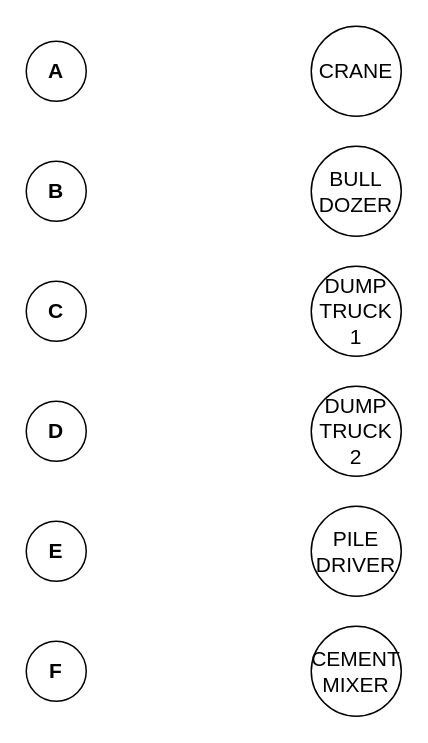
The draw.io diagram HW2_2.drawio in edwardayala/Diagrams, before the edit. Source tidied: cells renumbered, new cells numbered last; positions are measured from the earlier drawing's top-left corner, leaving out a move shared by most shapes. Both pictures are drawn from the tidied source at 150%, with x=0, y=0 at pixel (26, 26).
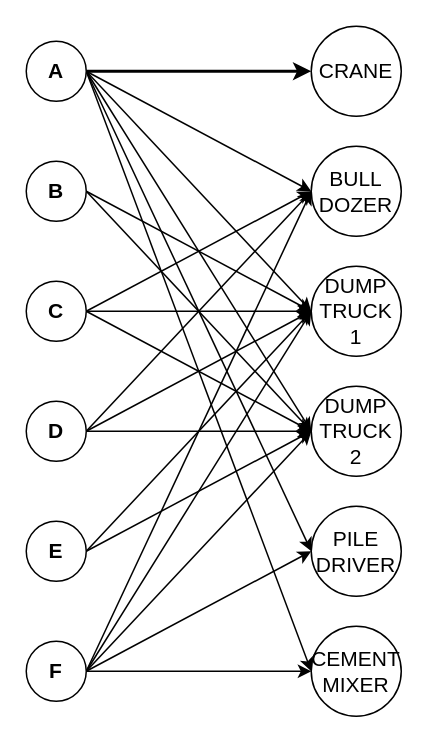
The same page after the edit.

Unchanged cells that the change refers to:
```xml
<mxCell id="2" value="&lt;b&gt;&lt;font style=&quot;font-size: 14px&quot;&gt;A&lt;/font&gt;&lt;/b&gt;" style="ellipse;whiteSpace=wrap;html=1;" parent="1" vertex="1">
  <mxGeometry y="10" width="40" height="40" as="geometry" />
</mxCell>
<mxCell id="3" value="&lt;b style=&quot;white-space: normal&quot;&gt;&lt;font style=&quot;font-size: 14px&quot;&gt;B&lt;/font&gt;&lt;/b&gt;" style="ellipse;whiteSpace=wrap;html=1;" parent="1" vertex="1">
  <mxGeometry y="90" width="40" height="40" as="geometry" />
</mxCell>
<mxCell id="4" value="&lt;b style=&quot;white-space: normal&quot;&gt;&lt;font style=&quot;font-size: 14px&quot;&gt;C&lt;/font&gt;&lt;/b&gt;" style="ellipse;whiteSpace=wrap;html=1;" parent="1" vertex="1">
  <mxGeometry y="170" width="40" height="40" as="geometry" />
</mxCell>
<mxCell id="5" value="&lt;b style=&quot;white-space: normal&quot;&gt;&lt;font style=&quot;font-size: 14px&quot;&gt;D&lt;/font&gt;&lt;/b&gt;" style="ellipse;whiteSpace=wrap;html=1;" parent="1" vertex="1">
  <mxGeometry y="250" width="40" height="40" as="geometry" />
</mxCell>
<mxCell id="6" value="&lt;b style=&quot;white-space: normal&quot;&gt;&lt;font style=&quot;font-size: 14px&quot;&gt;E&lt;/font&gt;&lt;/b&gt;" style="ellipse;whiteSpace=wrap;html=1;" parent="1" vertex="1">
  <mxGeometry y="330" width="40" height="40" as="geometry" />
</mxCell>
<mxCell id="7" value="&lt;span style=&quot;font-size: 14px&quot;&gt;&lt;b&gt;F&lt;/b&gt;&lt;/span&gt;" style="ellipse;whiteSpace=wrap;html=1;" parent="1" vertex="1">
  <mxGeometry y="410" width="40" height="40" as="geometry" />
</mxCell>
<mxCell id="8" value="&lt;font style=&quot;font-size: 14px&quot;&gt;CRANE&lt;/font&gt;" style="ellipse;whiteSpace=wrap;html=1;" parent="1" vertex="1">
  <mxGeometry x="190" width="60" height="60" as="geometry" />
</mxCell>
<mxCell id="9" value="&lt;font style=&quot;font-size: 14px&quot;&gt;BULL&lt;br&gt;DOZER&lt;/font&gt;" style="ellipse;whiteSpace=wrap;html=1;" parent="1" vertex="1">
  <mxGeometry x="190" y="80" width="60" height="60" as="geometry" />
</mxCell>
<mxCell id="10" value="&lt;font style=&quot;font-size: 14px&quot;&gt;DUMP&lt;br&gt;TRUCK&lt;br&gt;1&lt;/font&gt;" style="ellipse;whiteSpace=wrap;html=1;" parent="1" vertex="1">
  <mxGeometry x="190" y="160" width="60" height="60" as="geometry" />
</mxCell>
<mxCell id="11" value="&lt;font style=&quot;font-size: 14px&quot;&gt;DUMP&lt;br&gt;TRUCK&lt;br&gt;2&lt;/font&gt;" style="ellipse;whiteSpace=wrap;html=1;" parent="1" vertex="1">
  <mxGeometry x="190" y="240" width="60" height="60" as="geometry" />
</mxCell>
<mxCell id="12" value="&lt;font style=&quot;font-size: 14px&quot;&gt;PILE&lt;br&gt;DRIVER&lt;/font&gt;" style="ellipse;whiteSpace=wrap;html=1;" parent="1" vertex="1">
  <mxGeometry x="190" y="320" width="60" height="60" as="geometry" />
</mxCell>
<mxCell id="13" value="&lt;span style=&quot;font-size: 14px&quot;&gt;CEMENT&lt;br&gt;&lt;/span&gt;&lt;font style=&quot;font-size: 14px&quot;&gt;MIXER&lt;/font&gt;" style="ellipse;whiteSpace=wrap;html=1;" parent="1" vertex="1">
  <mxGeometry x="190" y="400" width="60" height="60" as="geometry" />
</mxCell>
```

What changed in the source:
```diff
@@
+    <mxCell id="14" style="rounded=0;jettySize=auto;html=1;exitX=1;exitY=0.5;exitDx=0;exitDy=0;entryX=0;entryY=0.5;entryDx=0;entryDy=0;strokeWidth=2;" parent="1" edge="1" source="2" target="8">
+      <mxGeometry relative="1" as="geometry" />
+    </mxCell>
+    <mxCell id="15" style="edgeStyle=none;rounded=0;jettySize=auto;html=1;exitX=1;exitY=0.5;exitDx=0;exitDy=0;entryX=0;entryY=0.5;entryDx=0;entryDy=0;" parent="1" edge="1" source="2" target="9">
+      <mxGeometry relative="1" as="geometry" />
+    </mxCell>
+    <mxCell id="16" style="edgeStyle=none;rounded=0;jettySize=auto;html=1;exitX=1;exitY=0.5;exitDx=0;exitDy=0;entryX=0;entryY=0.5;entryDx=0;entryDy=0;" parent="1" edge="1" source="2" target="10">
+      <mxGeometry relative="1" as="geometry" />
+    </mxCell>
+    <mxCell id="17" style="edgeStyle=none;rounded=0;jettySize=auto;html=1;exitX=1;exitY=0.5;exitDx=0;exitDy=0;entryX=0;entryY=0.5;entryDx=0;entryDy=0;" parent="1" edge="1" source="2" target="11">
+      <mxGeometry relative="1" as="geometry" />
+    </mxCell>
+    <mxCell id="18" style="edgeStyle=none;rounded=0;jettySize=auto;html=1;exitX=1;exitY=0.5;exitDx=0;exitDy=0;entryX=0;entryY=0.5;entryDx=0;entryDy=0;" parent="1" edge="1" source="2" target="12">
+      <mxGeometry relative="1" as="geometry" />
+    </mxCell>
+    <mxCell id="19" style="edgeStyle=none;rounded=0;jettySize=auto;html=1;exitX=1;exitY=0.5;exitDx=0;exitDy=0;entryX=0;entryY=0.5;entryDx=0;entryDy=0;" parent="1" edge="1" source="2" target="13">
+      <mxGeometry relative="1" as="geometry" />
+    </mxCell>
@@
+    <mxCell id="20" style="edgeStyle=none;rounded=0;jettySize=auto;html=1;exitX=1;exitY=0.5;exitDx=0;exitDy=0;" parent="1" edge="1" source="3">
+      <mxGeometry relative="1" as="geometry">
+        <mxPoint x="190" y="190" as="targetPoint" />
+      </mxGeometry>
+    </mxCell>
+    <mxCell id="21" style="edgeStyle=none;rounded=0;jettySize=auto;html=1;exitX=1;exitY=0.5;exitDx=0;exitDy=0;entryX=0;entryY=0.5;entryDx=0;entryDy=0;" parent="1" edge="1" source="3" target="11">
+      <mxGeometry relative="1" as="geometry" />
+    </mxCell>
@@
+    <mxCell id="22" style="edgeStyle=none;rounded=0;jettySize=auto;html=1;exitX=1;exitY=0.5;exitDx=0;exitDy=0;entryX=0;entryY=0.5;entryDx=0;entryDy=0;" parent="1" edge="1" source="4" target="9">
+      <mxGeometry relative="1" as="geometry" />
+    </mxCell>
+    <mxCell id="23" style="edgeStyle=none;rounded=0;jettySize=auto;html=1;exitX=1;exitY=0.5;exitDx=0;exitDy=0;entryX=0;entryY=0.5;entryDx=0;entryDy=0;" parent="1" edge="1" source="4" target="10">
+      <mxGeometry relative="1" as="geometry" />
+    </mxCell>
+    <mxCell id="24" style="edgeStyle=none;rounded=0;jettySize=auto;html=1;exitX=1;exitY=0.5;exitDx=0;exitDy=0;entryX=0;entryY=0.5;entryDx=0;entryDy=0;" parent="1" edge="1" source="4" target="11">
+      <mxGeometry relative="1" as="geometry" />
+    </mxCell>
@@
+    <mxCell id="25" style="edgeStyle=none;rounded=0;jettySize=auto;html=1;exitX=1;exitY=0.5;exitDx=0;exitDy=0;entryX=0;entryY=0.5;entryDx=0;entryDy=0;" parent="1" edge="1" source="5" target="9">
+      <mxGeometry relative="1" as="geometry" />
+    </mxCell>
+    <mxCell id="26" style="edgeStyle=none;rounded=0;jettySize=auto;html=1;exitX=1;exitY=0.5;exitDx=0;exitDy=0;entryX=0;entryY=0.5;entryDx=0;entryDy=0;" parent="1" edge="1" source="5" target="10">
+      <mxGeometry relative="1" as="geometry" />
+    </mxCell>
+    <mxCell id="27" style="edgeStyle=none;rounded=0;jettySize=auto;html=1;exitX=1;exitY=0.5;exitDx=0;exitDy=0;entryX=0;entryY=0.5;entryDx=0;entryDy=0;" parent="1" edge="1" source="5" target="11">
+      <mxGeometry relative="1" as="geometry" />
+    </mxCell>
@@
+    <mxCell id="28" style="edgeStyle=none;rounded=0;jettySize=auto;html=1;exitX=1;exitY=0.5;exitDx=0;exitDy=0;" parent="1" edge="1" source="6">
+      <mxGeometry relative="1" as="geometry">
+        <mxPoint x="190" y="190" as="targetPoint" />
+      </mxGeometry>
+    </mxCell>
+    <mxCell id="29" style="edgeStyle=none;rounded=0;jettySize=auto;html=1;exitX=1;exitY=0.5;exitDx=0;exitDy=0;entryX=0;entryY=0.5;entryDx=0;entryDy=0;" parent="1" edge="1" source="6" target="11">
+      <mxGeometry relative="1" as="geometry" />
+    </mxCell>
@@
+    <mxCell id="30" style="edgeStyle=none;rounded=0;jettySize=auto;html=1;exitX=1;exitY=0.5;exitDx=0;exitDy=0;entryX=0;entryY=0.5;entryDx=0;entryDy=0;" parent="1" edge="1" source="7" target="13">
+      <mxGeometry relative="1" as="geometry" />
+    </mxCell>
+    <mxCell id="31" style="edgeStyle=none;rounded=0;jettySize=auto;html=1;exitX=1;exitY=0.5;exitDx=0;exitDy=0;entryX=0;entryY=0.5;entryDx=0;entryDy=0;" parent="1" edge="1" source="7" target="12">
+      <mxGeometry relative="1" as="geometry" />
+    </mxCell>
+    <mxCell id="32" style="edgeStyle=none;rounded=0;jettySize=auto;html=1;exitX=1;exitY=0.5;exitDx=0;exitDy=0;entryX=0;entryY=0.5;entryDx=0;entryDy=0;" parent="1" edge="1" source="7" target="11">
+      <mxGeometry relative="1" as="geometry" />
+    </mxCell>
+    <mxCell id="33" style="edgeStyle=none;rounded=0;jettySize=auto;html=1;exitX=1;exitY=0.5;exitDx=0;exitDy=0;entryX=0;entryY=0.5;entryDx=0;entryDy=0;" parent="1" edge="1" source="7" target="10">
+      <mxGeometry relative="1" as="geometry" />
+    </mxCell>
+    <mxCell id="34" style="edgeStyle=none;rounded=0;jettySize=auto;html=1;exitX=1;exitY=0.5;exitDx=0;exitDy=0;entryX=0;entryY=0.5;entryDx=0;entryDy=0;" parent="1" edge="1" source="7" target="9">
+      <mxGeometry relative="1" as="geometry" />
+    </mxCell>
```
